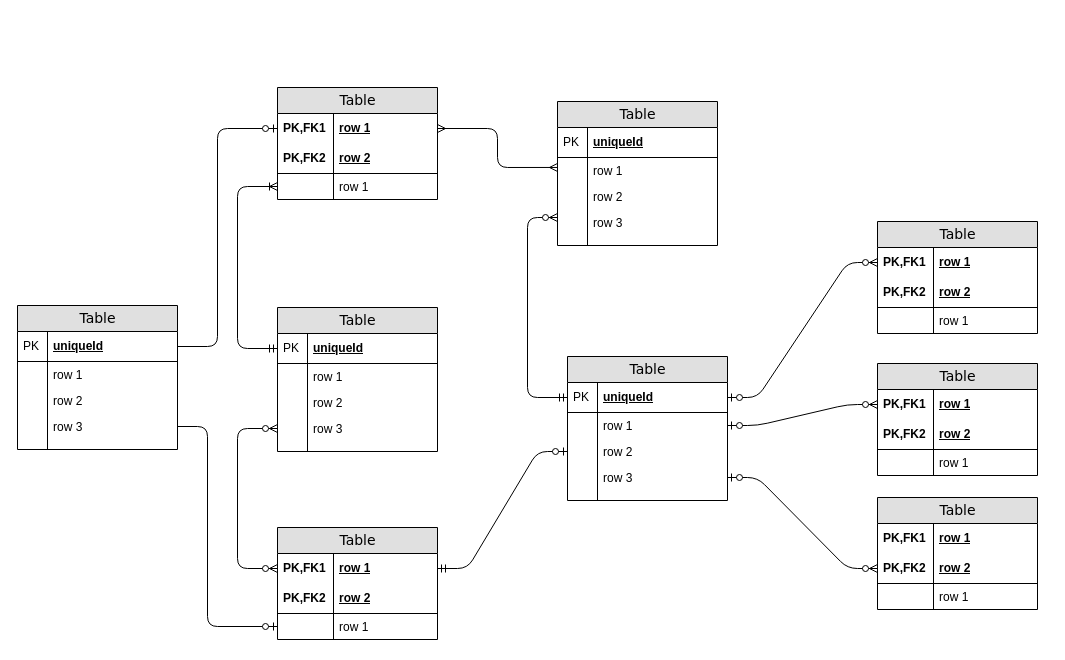
Earlier version of the draw.io diagram FinanceClimbDB.drawio (pipeline80/FinanceClimbDB). Source tidied: cells renumbered, new cells numbered last; positions are measured from the earlier drawing's top-left corner, leaving out a move shared by most shapes. Both pictures are drawn from the tidied source at 100%, with x=0, y=0 at pixel (17, 87).
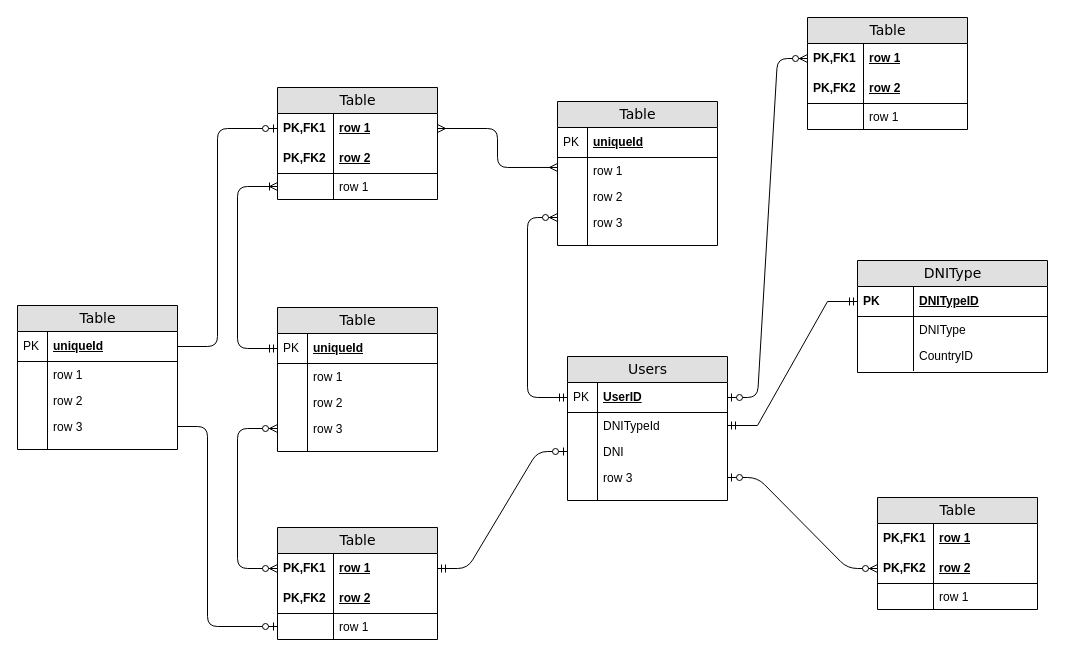
After the change.

The edit, as a diff of the source:
```diff
@@
-    <mxCell id="31" value="Table" style="swimlane;html=1;fontStyle=0;horizontal=1;startSize=26;fillColor=#e0e0e0;swimlaneFillColor=#ffffff;align=center;rounded=0;shadow=0;comic=0;labelBackgroundColor=none;strokeWidth=1;fontFamily=Verdana;fontSize=14;" parent="1" vertex="1">
+    <mxCell id="31" value="Users" style="swimlane;html=1;fontStyle=0;horizontal=1;startSize=26;fillColor=#e0e0e0;swimlaneFillColor=#ffffff;align=center;rounded=0;shadow=0;comic=0;labelBackgroundColor=none;strokeWidth=1;fontFamily=Verdana;fontSize=14;" parent="1" vertex="1">
       <mxGeometry x="550" y="269" width="160" height="144" as="geometry" />
     </mxCell>
-    <mxCell id="32" value="uniqueId" style="shape=partialRectangle;top=0;left=0;right=0;bottom=1;html=1;align=left;verticalAlign=middle;fillColor=none;spacingLeft=34;spacingRight=4;whiteSpace=wrap;overflow=hidden;points=[[0,0.5],[1,0.5]];portConstraint=eastwest;fontStyle=5;" parent="31" vertex="1">
+    <mxCell id="32" value="UserID" style="shape=partialRectangle;top=0;left=0;right=0;bottom=1;html=1;align=left;verticalAlign=middle;fillColor=none;spacingLeft=34;spacingRight=4;whiteSpace=wrap;overflow=hidden;points=[[0,0.5],[1,0.5]];portConstraint=eastwest;fontStyle=5;" parent="31" vertex="1">
       <mxGeometry y="26" width="160" height="30" as="geometry" />
     </mxCell>
@@
-    <mxCell id="34" value="row 1" style="shape=partialRectangle;top=0;left=0;right=0;bottom=0;html=1;align=left;verticalAlign=top;fillColor=none;spacingLeft=34;spacingRight=4;whiteSpace=wrap;overflow=hidden;points=[[0,0.5],[1,0.5]];portConstraint=eastwest;" parent="31" vertex="1">
+    <mxCell id="34" value="DNITypeId" style="shape=partialRectangle;top=0;left=0;right=0;bottom=0;html=1;align=left;verticalAlign=top;fillColor=none;spacingLeft=34;spacingRight=4;whiteSpace=wrap;overflow=hidden;points=[[0,0.5],[1,0.5]];portConstraint=eastwest;" parent="31" vertex="1">
       <mxGeometry y="56" width="160" height="26" as="geometry" />
     </mxCell>
@@
-    <mxCell id="36" value="row 2" style="shape=partialRectangle;top=0;left=0;right=0;bottom=0;html=1;align=left;verticalAlign=top;fillColor=none;spacingLeft=34;spacingRight=4;whiteSpace=wrap;overflow=hidden;points=[[0,0.5],[1,0.5]];portConstraint=eastwest;" parent="31" vertex="1">
+    <mxCell id="36" value="DNI" style="shape=partialRectangle;top=0;left=0;right=0;bottom=0;html=1;align=left;verticalAlign=top;fillColor=none;spacingLeft=34;spacingRight=4;whiteSpace=wrap;overflow=hidden;points=[[0,0.5],[1,0.5]];portConstraint=eastwest;" parent="31" vertex="1">
       <mxGeometry y="82" width="160" height="26" as="geometry" />
     </mxCell>
@@
     <mxCell id="42" value="Table" style="swimlane;html=1;fontStyle=0;horizontal=1;startSize=26;fillColor=#e0e0e0;swimlaneFillColor=#ffffff;align=center;rounded=0;shadow=0;comic=0;labelBackgroundColor=none;strokeWidth=1;fontFamily=Verdana;fontSize=14;" parent="1" vertex="1">
-      <mxGeometry x="860" y="134" width="160" height="112" as="geometry" />
+      <mxGeometry x="790" y="-70" width="160" height="112" as="geometry" />
     </mxCell>
@@
-    <mxCell id="62" value="Table" style="swimlane;html=1;fontStyle=0;horizontal=1;startSize=26;fillColor=#e0e0e0;swimlaneFillColor=#ffffff;align=center;rounded=0;shadow=0;comic=0;labelBackgroundColor=none;strokeWidth=1;fontFamily=Verdana;fontSize=14;" parent="1" vertex="1">
-      <mxGeometry x="860" y="276" width="160" height="112" as="geometry" />
+    <mxCell id="62" value="DNIType" style="swimlane;html=1;fontStyle=0;horizontal=1;startSize=26;fillColor=#e0e0e0;swimlaneFillColor=#ffffff;align=center;rounded=0;shadow=0;comic=0;labelBackgroundColor=none;strokeWidth=1;fontFamily=Verdana;fontSize=14;" parent="1" vertex="1">
+      <mxGeometry x="840" y="173" width="190" height="112" as="geometry" />
     </mxCell>
-    <mxCell id="63" value="row 1" style="shape=partialRectangle;top=0;left=0;right=0;bottom=0;html=1;align=left;verticalAlign=middle;fillColor=none;spacingLeft=60;spacingRight=4;whiteSpace=wrap;overflow=hidden;points=[[0,0.5],[1,0.5]];portConstraint=eastwest;fontStyle=5;" parent="62" vertex="1">
-      <mxGeometry y="26" width="160" height="30" as="geometry" />
-    </mxCell>
-    <mxCell id="64" value="PK,FK1" style="shape=partialRectangle;fontStyle=1;top=0;left=0;bottom=0;html=1;fillColor=none;align=left;verticalAlign=middle;spacingLeft=4;spacingRight=4;whiteSpace=wrap;overflow=hidden;" parent="63" vertex="1">
-      <mxGeometry width="56" height="30" as="geometry" />
-    </mxCell>
-    <mxCell id="65" value="row 2" style="shape=partialRectangle;top=0;left=0;right=0;bottom=1;html=1;align=left;verticalAlign=middle;fillColor=none;spacingLeft=60;spacingRight=4;whiteSpace=wrap;overflow=hidden;points=[[0,0.5],[1,0.5]];portConstraint=eastwest;fontStyle=5;" parent="62" vertex="1">
-      <mxGeometry y="56" width="160" height="30" as="geometry" />
+    <mxCell id="65" value="DNITypeID" style="shape=partialRectangle;top=0;left=0;right=0;bottom=1;html=1;align=left;verticalAlign=middle;fillColor=none;spacingLeft=60;spacingRight=4;whiteSpace=wrap;overflow=hidden;points=[[0,0.5],[1,0.5]];portConstraint=eastwest;fontStyle=5;" parent="62" vertex="1">
+      <mxGeometry y="26" width="190" height="30" as="geometry" />
     </mxCell>
-    <mxCell id="66" value="PK,FK2" style="shape=partialRectangle;fontStyle=1;top=0;left=0;bottom=0;html=1;fillColor=none;align=left;verticalAlign=middle;spacingLeft=4;spacingRight=4;whiteSpace=wrap;overflow=hidden;" parent="65" vertex="1">
+    <mxCell id="66" value="&lt;div&gt;PK&lt;/div&gt;" style="shape=partialRectangle;fontStyle=1;top=0;left=0;bottom=0;html=1;fillColor=none;align=left;verticalAlign=middle;spacingLeft=4;spacingRight=4;whiteSpace=wrap;overflow=hidden;" parent="65" vertex="1">
       <mxGeometry width="56" height="30" as="geometry" />
     </mxCell>
-    <mxCell id="67" value="row 1" style="shape=partialRectangle;top=0;left=0;right=0;bottom=0;html=1;align=left;verticalAlign=top;fillColor=none;spacingLeft=60;spacingRight=4;whiteSpace=wrap;overflow=hidden;" parent="62" vertex="1">
-      <mxGeometry y="86" width="160" height="26" as="geometry" />
+    <mxCell id="67" value="DNIType" style="shape=partialRectangle;top=0;left=0;right=0;bottom=0;html=1;align=left;verticalAlign=top;fillColor=none;spacingLeft=60;spacingRight=4;whiteSpace=wrap;overflow=hidden;" parent="62" vertex="1">
+      <mxGeometry y="56" width="190" height="26" as="geometry" />
     </mxCell>
@@
+    <mxCell id="91" value="CountryID" style="shape=partialRectangle;top=0;left=0;right=0;bottom=0;html=1;align=left;verticalAlign=top;fillColor=none;spacingLeft=60;spacingRight=4;whiteSpace=wrap;overflow=hidden;" parent="62" vertex="1">
+      <mxGeometry y="82" width="190" height="28" as="geometry" />
+    </mxCell>
+    <mxCell id="92" style="shape=partialRectangle;top=0;left=0;bottom=0;html=1;fillColor=none;align=left;verticalAlign=top;spacingLeft=4;spacingRight=4;whiteSpace=wrap;overflow=hidden;" parent="91" vertex="1">
+      <mxGeometry width="56" height="28" as="geometry" />
+    </mxCell>
@@
-    <mxCell id="76" style="edgeStyle=entityRelationEdgeStyle;html=1;endArrow=ERzeroToMany;startArrow=ERzeroToOne;labelBackgroundColor=none;fontFamily=Verdana;fontSize=14;entryX=0;entryY=0.5;exitX=1;exitY=0.5;" parent="1" edge="1" source="34" target="63">
-      <mxGeometry relative="1" as="geometry" />
-    </mxCell>
@@
+    <mxCell id="93" style="edgeStyle=entityRelationEdgeStyle;fontSize=12;html=1;endArrow=ERmandOne;startArrow=ERmandOne;rounded=0;entryX=0;entryY=0.5;entryDx=0;entryDy=0;exitX=1;exitY=0.5;exitDx=0;exitDy=0;" parent="1" edge="1" source="34" target="65">
+      <mxGeometry relative="1" as="geometry">
+        <Array as="points">
+          <mxPoint x="1080" y="370" />
+        </Array>
+      </mxGeometry>
+    </mxCell>
```
